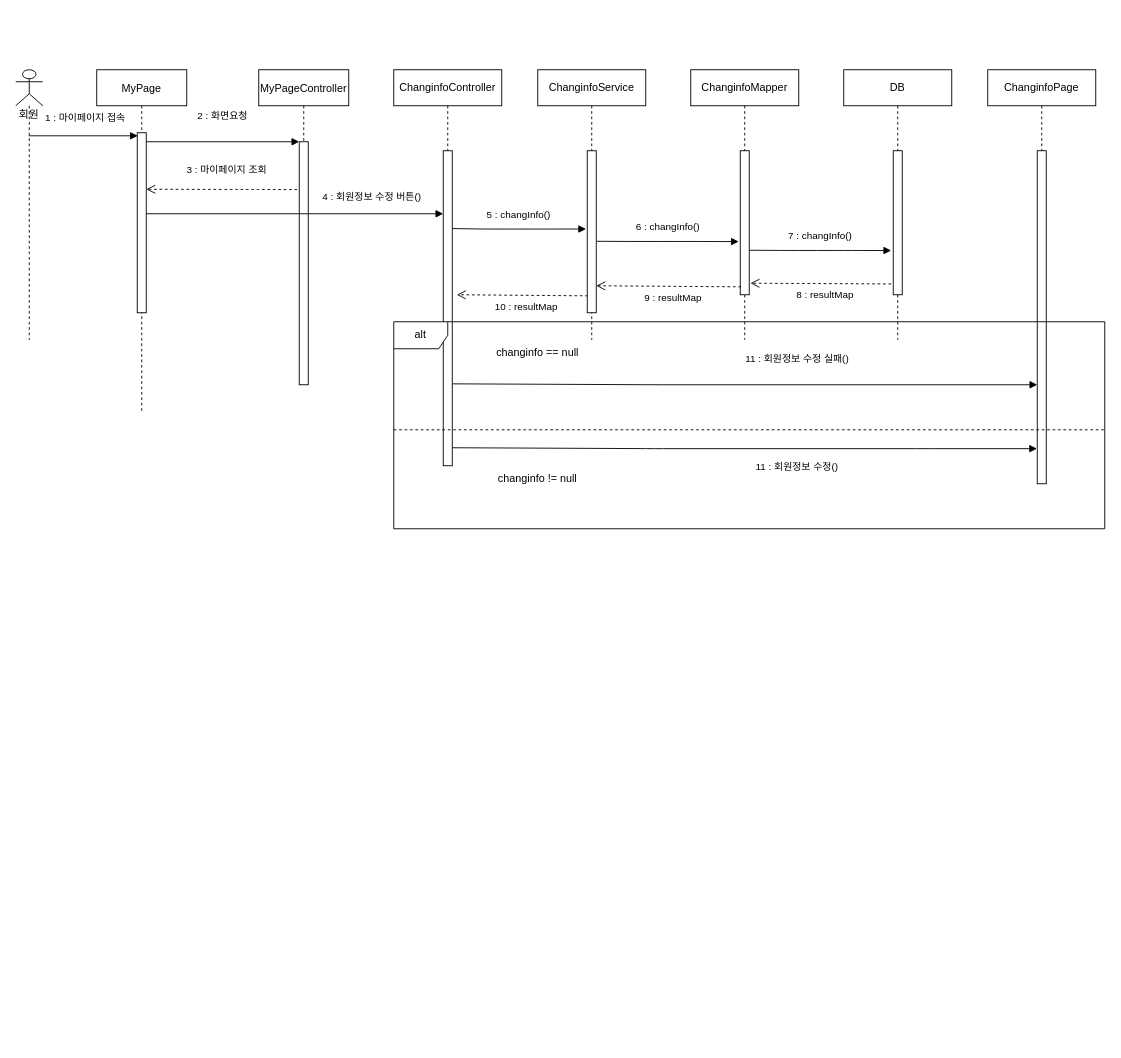
boming09/FinalProject keeps this draw.io diagram as UML/MyPage_Sequence.drawio. Above is the earlier version. Source tidied: cells renumbered, new cells numbered last; positions are measured from the earlier drawing's top-left corner, leaving out a move shared by most shapes. Both pictures are drawn from the tidied source at 90%, with x=0, y=0 at pixel (15, 69).
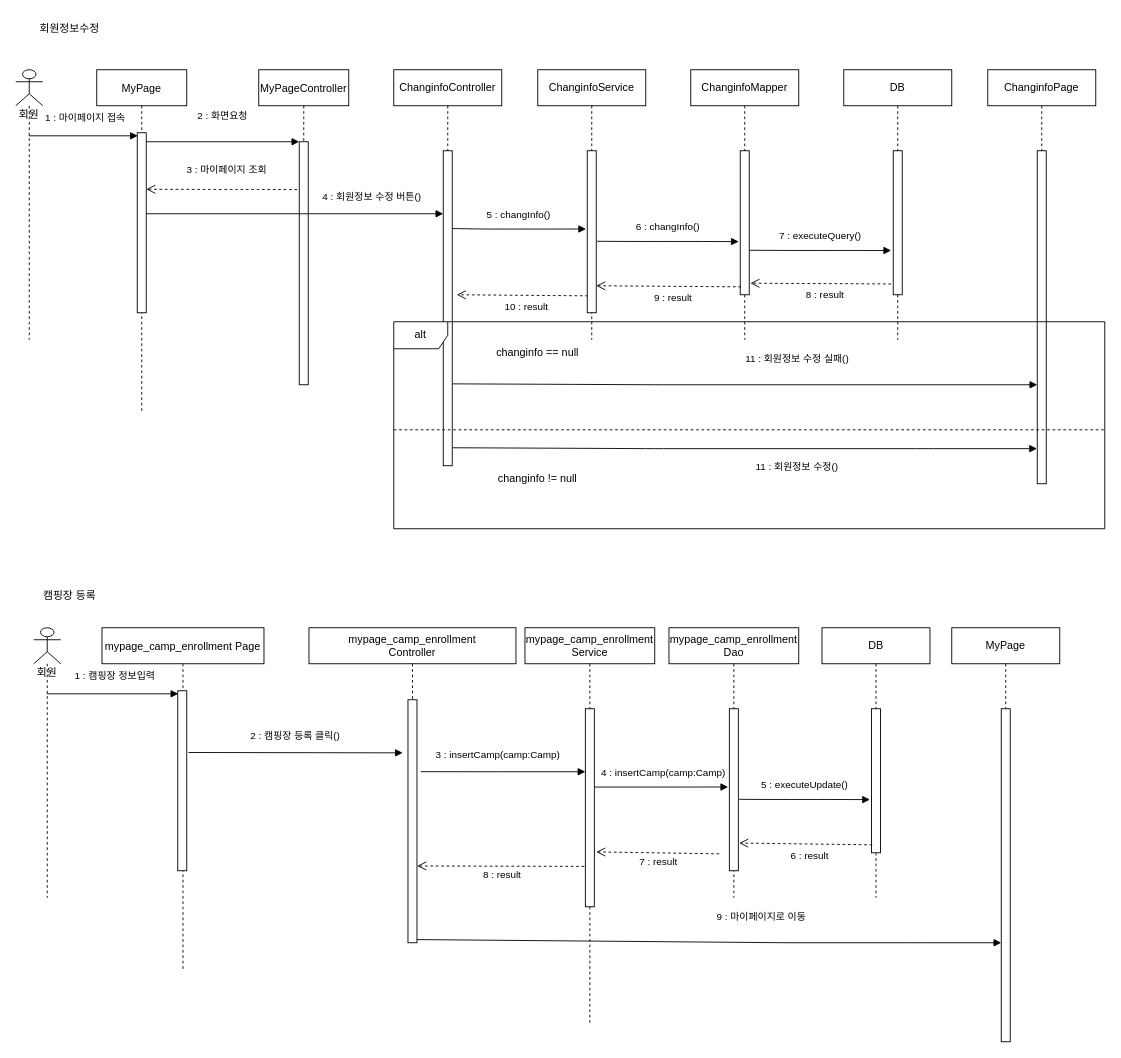
After the change.

Unchanged cells that the change refers to:
```xml
<mxCell id="10" value="ChanginfoController" style="shape=umlLifeline;perimeter=lifelinePerimeter;whiteSpace=wrap;html=1;" parent="1" vertex="1">
  <mxGeometry x="420" width="120" height="440" as="geometry" />
</mxCell>
<mxCell id="17" value="ChanginfoMapper" style="shape=umlLifeline;perimeter=lifelinePerimeter;whiteSpace=wrap;html=1;" parent="1" vertex="1">
  <mxGeometry x="750" width="120" height="300" as="geometry" />
</mxCell>
<mxCell id="18" style="points=[];perimeter=orthogonalPerimeter;rounded=0;shadow=0;strokeWidth=1;" parent="17" vertex="1">
  <mxGeometry x="55" y="90" width="10" height="160" as="geometry" />
</mxCell>
<mxCell id="22" style="points=[];perimeter=orthogonalPerimeter;rounded=0;shadow=0;strokeWidth=1;" parent="21" vertex="1">
  <mxGeometry x="55" y="90" width="10" height="160" as="geometry" />
</mxCell>
```

What changed in the source:
```diff
@@
-    <mxCell id="12" value="10 : resultMap" style="verticalAlign=bottom;endArrow=open;dashed=1;endSize=8;shadow=0;strokeWidth=1;exitX=0.083;exitY=0.945;exitDx=0;exitDy=0;exitPerimeter=0;" parent="10" edge="1">
+    <mxCell id="12" value="10 : result" style="verticalAlign=bottom;endArrow=open;dashed=1;endSize=8;shadow=0;strokeWidth=1;exitX=0.083;exitY=0.945;exitDx=0;exitDy=0;exitPerimeter=0;" parent="10" edge="1">
       <mxGeometry x="-0.07" y="22" relative="1" as="geometry">
         <mxPoint x="215.8" y="251.2" as="sourcePoint" />
         <mxPoint x="70" y="250" as="targetPoint" />
       </mxGeometry>
     </mxCell>
@@
-    <mxCell id="19" value="9 : resultMap" style="verticalAlign=bottom;endArrow=open;dashed=1;endSize=8;shadow=0;strokeWidth=1;entryX=1.131;entryY=0.92;entryDx=0;entryDy=0;entryPerimeter=0;exitX=0.083;exitY=0.945;exitDx=0;exitDy=0;exitPerimeter=0;" parent="17" edge="1" source="18">
+    <mxCell id="19" value="9 : result" style="verticalAlign=bottom;endArrow=open;dashed=1;endSize=8;shadow=0;strokeWidth=1;entryX=1.131;entryY=0.92;entryDx=0;entryDy=0;entryPerimeter=0;exitX=0.083;exitY=0.945;exitDx=0;exitDy=0;exitPerimeter=0;" parent="17" edge="1" source="18">
       <mxGeometry x="-0.07" y="22" relative="1" as="geometry">
         <mxPoint x="-105" y="240" as="targetPoint" />
       </mxGeometry>
     </mxCell>
@@
-    <mxCell id="23" value="7 : changInfo()" style="verticalAlign=bottom;endArrow=block;shadow=0;strokeWidth=1;exitX=1.011;exitY=0.691;exitDx=0;exitDy=0;exitPerimeter=0;entryX=-0.233;entryY=0.693;entryDx=0;entryDy=0;entryPerimeter=0;" parent="1" edge="1" source="18" target="22">
+    <mxCell id="23" value="7 : executeQuery()" style="verticalAlign=bottom;endArrow=block;shadow=0;strokeWidth=1;exitX=1.011;exitY=0.691;exitDx=0;exitDy=0;exitPerimeter=0;entryX=-0.233;entryY=0.693;entryDx=0;entryDy=0;entryPerimeter=0;" parent="1" edge="1" source="18" target="22">
       <mxGeometry y="7" relative="1" as="geometry">
         <Array as="points">
           <mxPoint x="860" y="200.8" />
           <mxPoint x="900" y="200.8" />
           <mxPoint x="930" y="200.8" />
         </Array>
       </mxGeometry>
     </mxCell>
@@
-    <mxCell id="26" value="8 : resultMap" style="verticalAlign=bottom;endArrow=open;dashed=1;endSize=8;shadow=0;strokeWidth=1;entryX=1.131;entryY=0.92;entryDx=0;entryDy=0;entryPerimeter=0;exitX=-0.238;exitY=0.925;exitDx=0;exitDy=0;exitPerimeter=0;" parent="1" edge="1" source="22" target="18">
+    <mxCell id="26" value="8 : result" style="verticalAlign=bottom;endArrow=open;dashed=1;endSize=8;shadow=0;strokeWidth=1;entryX=1.131;entryY=0.92;entryDx=0;entryDy=0;entryPerimeter=0;exitX=-0.238;exitY=0.925;exitDx=0;exitDy=0;exitPerimeter=0;" parent="1" edge="1" source="22" target="18">
       <mxGeometry x="-0.07" y="22" relative="1" as="geometry" />
     </mxCell>
@@
+    <mxCell id="33" value="회원정보수정" style="text;html=1;strokeColor=none;fillColor=none;align=center;verticalAlign=middle;whiteSpace=wrap;rounded=0;" parent="1" vertex="1">
+      <mxGeometry y="-60" width="120" height="30" as="geometry" />
+    </mxCell>
+    <mxCell id="34" value="캠핑장 등록" style="text;html=1;strokeColor=none;fillColor=none;align=center;verticalAlign=middle;whiteSpace=wrap;rounded=0;" parent="1" vertex="1">
+      <mxGeometry y="570" width="120" height="30" as="geometry" />
+    </mxCell>
+    <mxCell id="35" value="mypage_camp_enrollment Page" style="shape=umlLifeline;perimeter=lifelinePerimeter;rounded=0;shadow=0;strokeWidth=1;" parent="1" vertex="1">
+      <mxGeometry x="95.8" y="620" width="180" height="380" as="geometry" />
+    </mxCell>
+    <mxCell id="36" style="points=[];perimeter=orthogonalPerimeter;rounded=0;shadow=0;strokeWidth=1;" parent="35" vertex="1">
+      <mxGeometry x="84.2" y="70" width="10" height="200" as="geometry" />
+    </mxCell>
+    <mxCell id="37" value="mypage_camp_enrollment&#10;Controller" style="shape=umlLifeline;perimeter=lifelinePerimeter;rounded=0;shadow=0;strokeWidth=1;" parent="1" vertex="1">
+      <mxGeometry x="325.8" y="620" width="230" height="350" as="geometry" />
+    </mxCell>
+    <mxCell id="38" style="points=[];perimeter=orthogonalPerimeter;rounded=0;shadow=0;strokeWidth=1;" parent="37" vertex="1">
+      <mxGeometry x="110" y="80" width="10" height="270" as="geometry" />
+    </mxCell>
+    <mxCell id="39" value="2 : 캠핑장 등록 클릭()" style="verticalAlign=bottom;endArrow=block;shadow=0;strokeWidth=1;exitX=1.19;exitY=0.343;exitDx=0;exitDy=0;exitPerimeter=0;" parent="1" edge="1" source="36">
+      <mxGeometry x="-0.01" y="10" relative="1" as="geometry">
+        <mxPoint x="430" y="759" as="targetPoint" />
+        <mxPoint x="1" as="offset" />
+      </mxGeometry>
+    </mxCell>
+    <mxCell id="40" value="회원" style="shape=umlLifeline;participant=umlActor;perimeter=lifelinePerimeter;whiteSpace=wrap;html=1;verticalAlign=top;spacingTop=36;outlineConnect=0;" parent="1" vertex="1">
+      <mxGeometry x="20" y="620" width="30" height="300" as="geometry" />
+    </mxCell>
+    <mxCell id="41" value="1 : 캠핑장 정보입력" style="verticalAlign=bottom;endArrow=block;shadow=0;strokeWidth=1;entryX=0.06;entryY=0.017;entryDx=0;entryDy=0;entryPerimeter=0;" parent="1" edge="1" source="40" target="36">
+      <mxGeometry x="0.03" y="11" relative="1" as="geometry">
+        <mxPoint x="1" as="offset" />
+      </mxGeometry>
+    </mxCell>
+    <mxCell id="42" value="mypage_camp_enrollment&lt;br&gt;Service" style="shape=umlLifeline;perimeter=lifelinePerimeter;whiteSpace=wrap;html=1;" parent="1" vertex="1">
+      <mxGeometry x="565.8" y="620" width="144.2" height="440" as="geometry" />
+    </mxCell>
+    <mxCell id="43" value="7 : result" style="verticalAlign=bottom;endArrow=open;dashed=1;endSize=8;shadow=0;strokeWidth=1;exitX=0.083;exitY=0.945;exitDx=0;exitDy=0;exitPerimeter=0;entryX=1.213;entryY=0.723;entryDx=0;entryDy=0;entryPerimeter=0;" parent="42" edge="1" target="54">
+      <mxGeometry x="-0.02" y="19" relative="1" as="geometry">
+        <mxPoint x="215.8" y="251.2" as="sourcePoint" />
+      </mxGeometry>
+    </mxCell>
+    <mxCell id="44" value="3 : insertCamp(camp:Camp)" style="verticalAlign=bottom;endArrow=block;shadow=0;strokeWidth=1;exitX=1.425;exitY=0.296;exitDx=0;exitDy=0;exitPerimeter=0;" parent="1" edge="1" source="38" target="54">
+      <mxGeometry x="-0.06" y="10" relative="1" as="geometry">
+        <Array as="points">
+          <mxPoint x="530" y="780" />
+        </Array>
+      </mxGeometry>
+    </mxCell>
+    <mxCell id="45" value="mypage_camp_enrollment&lt;br&gt;Dao" style="shape=umlLifeline;perimeter=lifelinePerimeter;whiteSpace=wrap;html=1;" parent="1" vertex="1">
+      <mxGeometry x="725.8" y="620" width="144.2" height="300" as="geometry" />
+    </mxCell>
+    <mxCell id="46" style="points=[];perimeter=orthogonalPerimeter;rounded=0;shadow=0;strokeWidth=1;" parent="45" vertex="1">
+      <mxGeometry x="67.1" y="90" width="10" height="180" as="geometry" />
+    </mxCell>
+    <mxCell id="47" value="4 : insertCamp(camp:Camp)" style="verticalAlign=bottom;endArrow=block;shadow=0;strokeWidth=1;entryX=-0.133;entryY=0.483;entryDx=0;entryDy=0;entryPerimeter=0;startArrow=none;" parent="1" edge="1" source="54" target="46">
+      <mxGeometry x="0.04" y="7" relative="1" as="geometry">
+        <Array as="points">
+          <mxPoint x="665.8" y="797" />
+          <mxPoint x="705.8" y="797" />
+          <mxPoint x="735.8" y="797" />
+        </Array>
+      </mxGeometry>
+    </mxCell>
+    <mxCell id="48" value="DB" style="shape=umlLifeline;perimeter=lifelinePerimeter;whiteSpace=wrap;html=1;" parent="1" vertex="1">
+      <mxGeometry x="895.8" y="620" width="120" height="300" as="geometry" />
+    </mxCell>
+    <mxCell id="49" style="points=[];perimeter=orthogonalPerimeter;rounded=0;shadow=0;strokeWidth=1;" parent="48" vertex="1">
+      <mxGeometry x="55" y="90" width="10" height="160" as="geometry" />
+    </mxCell>
+    <mxCell id="50" value="5 : executeUpdate()" style="verticalAlign=bottom;endArrow=block;shadow=0;strokeWidth=1;entryX=-0.167;entryY=0.631;entryDx=0;entryDy=0;entryPerimeter=0;exitX=1.093;exitY=0.559;exitDx=0;exitDy=0;exitPerimeter=0;" parent="1" edge="1" source="46" target="49">
+      <mxGeometry y="7" relative="1" as="geometry">
+        <Array as="points">
+          <mxPoint x="830.4" y="810.8" />
+          <mxPoint x="870.4" y="810.8" />
+          <mxPoint x="900.4" y="810.8" />
+        </Array>
+      </mxGeometry>
+    </mxCell>
+    <mxCell id="51" value="MyPage" style="shape=umlLifeline;perimeter=lifelinePerimeter;whiteSpace=wrap;html=1;" parent="1" vertex="1">
+      <mxGeometry x="1040" y="620" width="120" height="460" as="geometry" />
+    </mxCell>
+    <mxCell id="52" style="points=[];perimeter=orthogonalPerimeter;rounded=0;shadow=0;strokeWidth=1;" parent="51" vertex="1">
+      <mxGeometry x="55" y="90" width="10" height="370" as="geometry" />
+    </mxCell>
+    <mxCell id="53" value="9 : 마이페이지로 이동" style="verticalAlign=bottom;endArrow=block;shadow=0;strokeWidth=1;exitX=0.977;exitY=0.987;exitDx=0;exitDy=0;exitPerimeter=0;" parent="1" edge="1" source="38" target="52">
+      <mxGeometry x="0.18" y="20" relative="1" as="geometry">
+        <Array as="points">
+          <mxPoint x="855.8" y="970" />
+          <mxPoint x="1000" y="970" />
+        </Array>
+      </mxGeometry>
+    </mxCell>
+    <mxCell id="54" style="points=[];perimeter=orthogonalPerimeter;rounded=0;shadow=0;strokeWidth=1;" parent="1" vertex="1">
+      <mxGeometry x="632.9" y="710" width="10" height="220" as="geometry" />
+    </mxCell>
+    <mxCell id="55" value="8 : result" style="verticalAlign=bottom;endArrow=open;dashed=1;endSize=8;shadow=0;strokeWidth=1;exitX=-0.12;exitY=0.796;exitDx=0;exitDy=0;exitPerimeter=0;entryX=1.025;entryY=0.684;entryDx=0;entryDy=0;entryPerimeter=0;" parent="1" edge="1" source="54" target="38">
+      <mxGeometry x="-0.02" y="19" relative="1" as="geometry" />
+    </mxCell>
+    <mxCell id="56" value="6 : result" style="verticalAlign=bottom;endArrow=open;dashed=1;endSize=8;shadow=0;strokeWidth=1;exitX=0.083;exitY=0.945;exitDx=0;exitDy=0;exitPerimeter=0;entryX=1.092;entryY=0.829;entryDx=0;entryDy=0;entryPerimeter=0;" parent="1" edge="1" source="49" target="46">
+      <mxGeometry x="-0.07" y="22" relative="1" as="geometry" />
+    </mxCell>
```
